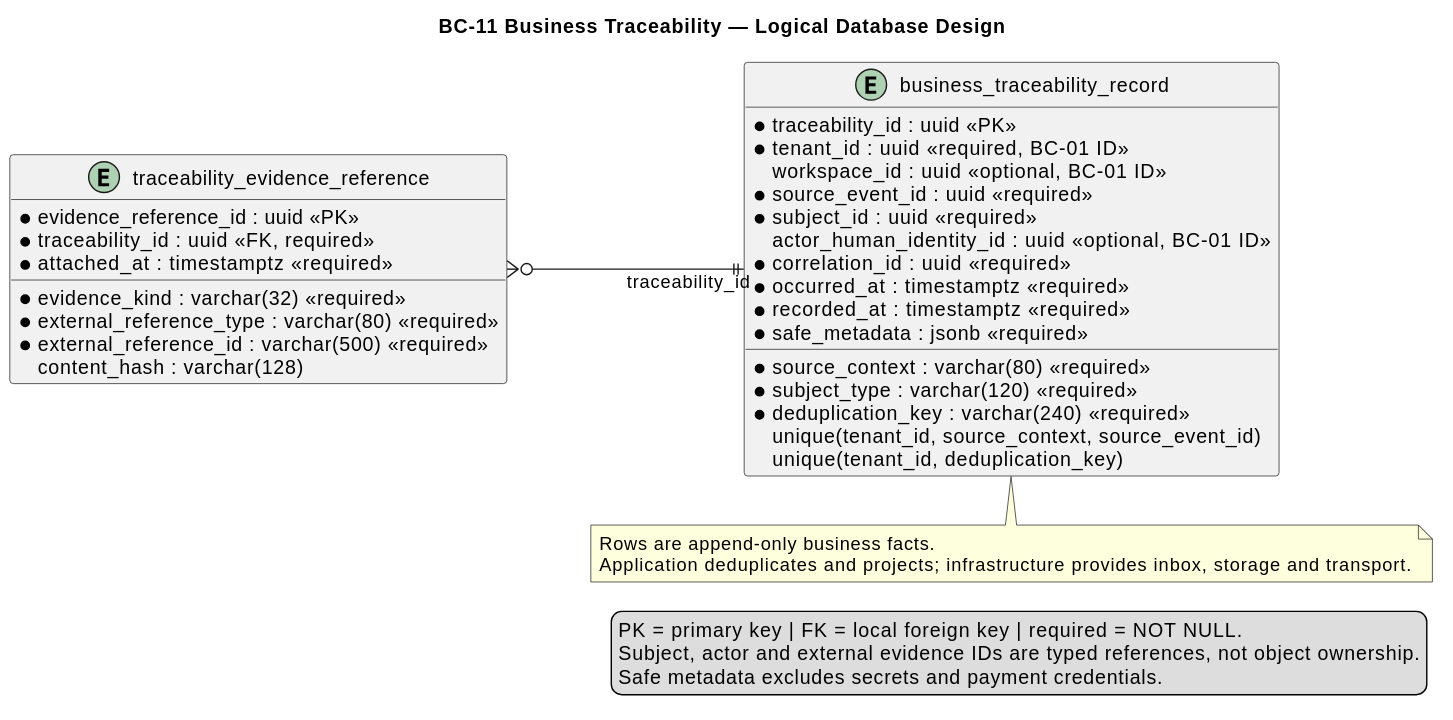
The PlantUML diagram report/assets/chapter-2/tactical/BC-11/database-diagram.svg in nexa-suite/mobile-report, before a commit.
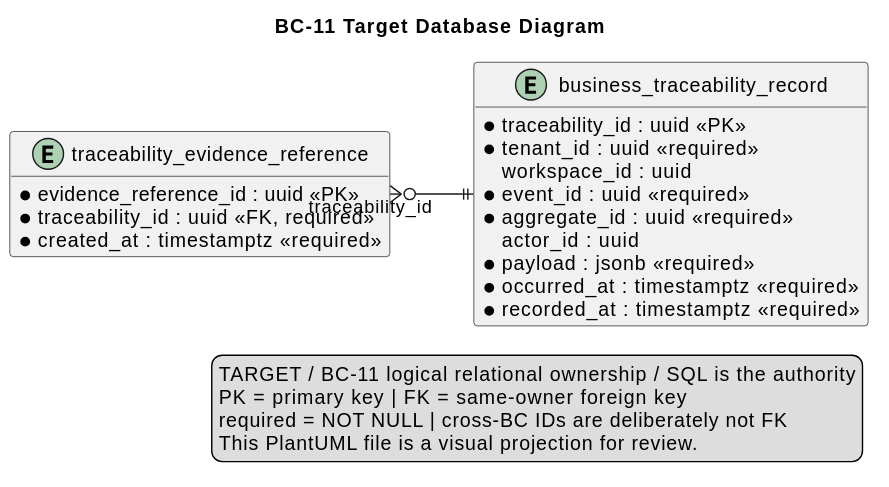
After the change.

What changed in the source:
```diff
@@ -1,6 +1,7 @@
 @startuml
-title BC-11 Business Traceability — Logical Database Design
+title BC-11 Target Database Diagram
 left to right direction
+hide methods
 skinparam shadowing false
 skinparam linetype ortho
 skinparam entity {
@@ -9,44 +10,36 @@
   FontColor #0F172A
 }
 
-entity "business_traceability_record" as business_traceability_record {
+entity "business_traceability_record" as t_business_traceability_record {
   * traceability_id : uuid <<PK>>
-  * tenant_id : uuid <<required, BC-01 ID>>
-    workspace_id : uuid <<optional, BC-01 ID>>
-  * source_context : varchar(80) <<required>>
-  * source_event_id : uuid <<required>>
-  * subject_type : varchar(120) <<required>>
-  * subject_id : uuid <<required>>
-    actor_human_identity_id : uuid <<optional, BC-01 ID>>
-  * correlation_id : uuid <<required>>
+  * tenant_id : uuid <<required>>
+    workspace_id : uuid
+  * event_id : uuid <<required>>
+  * event_type : varchar(160) <<required>>
+  * aggregate_type : varchar(120) <<required>>
+  * aggregate_id : uuid <<required>>
+    actor_id : uuid
+  * payload : jsonb <<required>>
   * occurred_at : timestamptz <<required>>
   * recorded_at : timestamptz <<required>>
-  * safe_metadata : jsonb <<required>>
-  * deduplication_key : varchar(240) <<required>>
-    unique(tenant_id, source_context, source_event_id)
-    unique(tenant_id, deduplication_key)
+  * payload_hash : varchar(128) <<required>>
 }
 
-entity "traceability_evidence_reference" as traceability_evidence_reference {
+entity "traceability_evidence_reference" as t_traceability_evidence_reference {
   * evidence_reference_id : uuid <<PK>>
   * traceability_id : uuid <<FK, required>>
   * evidence_kind : varchar(32) <<required>>
-  * external_reference_type : varchar(80) <<required>>
-  * external_reference_id : varchar(500) <<required>>
+  * source_reference : varchar(500) <<required>>
     content_hash : varchar(128)
-  * attached_at : timestamptz <<required>>
+  * created_at : timestamptz <<required>>
 }
 
-traceability_evidence_reference }o--|| business_traceability_record : traceability_id
-
-note bottom of business_traceability_record
-Rows are append-only business facts.
-Application deduplicates and projects; infrastructure provides inbox, storage and transport.
-end note
+t_traceability_evidence_reference }o--|| t_business_traceability_record : traceability_id
 
 legend right
-PK = primary key | FK = local foreign key | required = NOT NULL.
-Subject, actor and external evidence IDs are typed references, not object ownership.
-Safe metadata excludes secrets and payment credentials.
+TARGET / BC-11 logical relational ownership / SQL is the authority
+PK = primary key | FK = same-owner foreign key
+required = NOT NULL | cross-BC IDs are deliberately not FK
+This PlantUML file is a visual projection for review.
 endlegend
 @enduml
```
